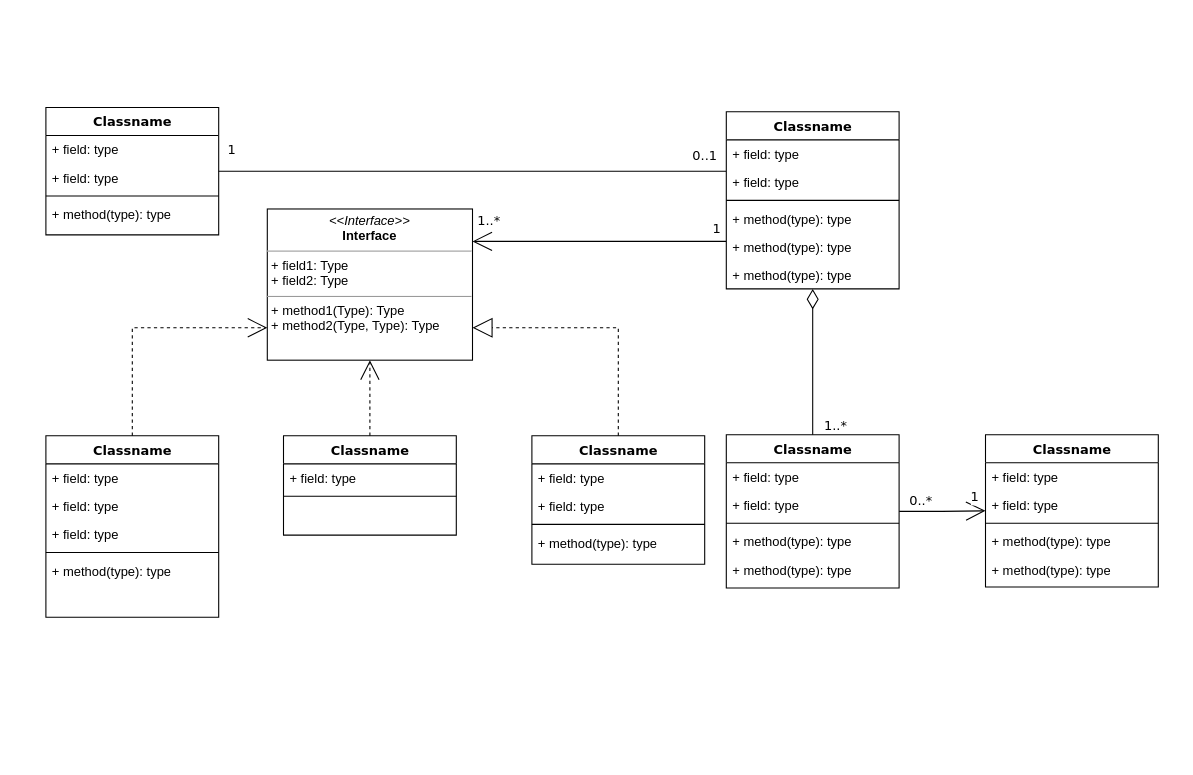
Mschuppers/Writingpad keeps this draw.io diagram as BankAppFlow.drawio. Above is the earlier version. Source tidied: cells renumbered, new cells numbered last; positions are measured from the earlier drawing's top-left corner, leaving out a move shared by most shapes. Both pictures are drawn from the tidied source at 108%, with x=0, y=0 at pixel (45, 107).
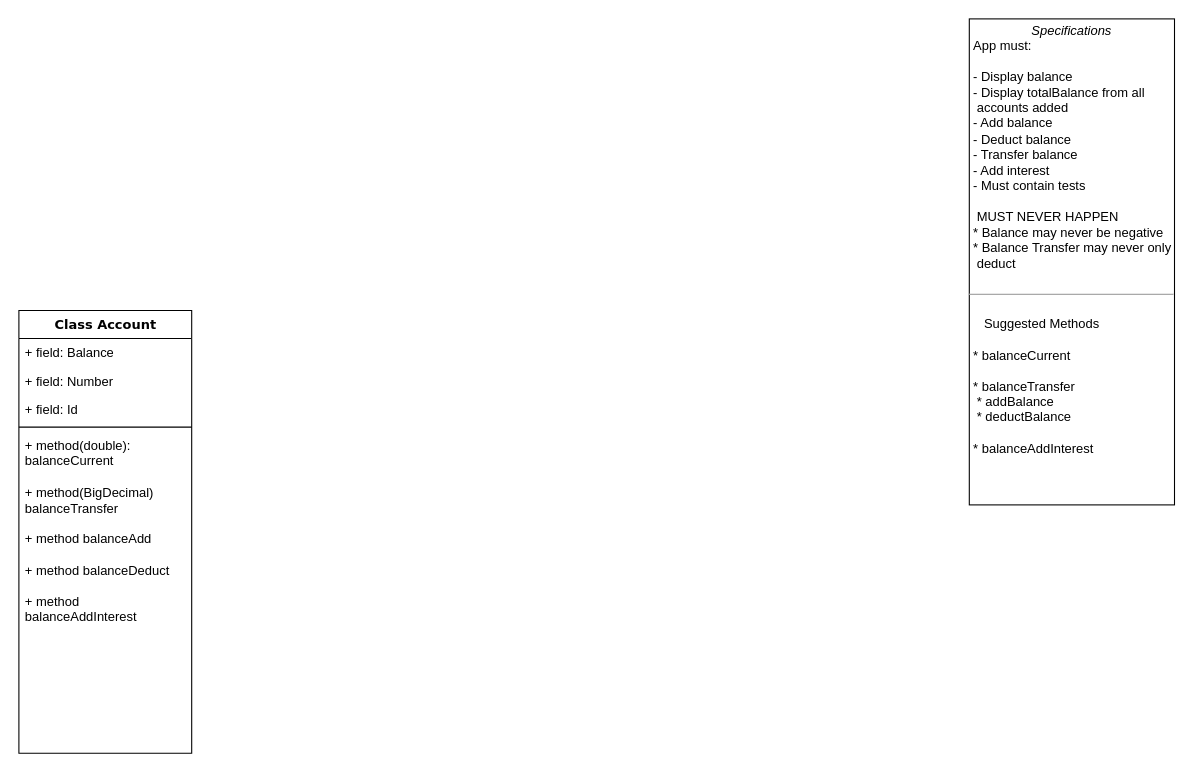
The same page after the edit.

Diff of the diagram source:
```diff
@@
-    <mxCell id="2" style="edgeStyle=orthogonalEdgeStyle;rounded=0;html=1;dashed=1;labelBackgroundColor=none;startArrow=none;startFill=0;startSize=8;endArrow=open;endFill=0;endSize=16;fontFamily=Verdana;fontSize=12;" parent="1" edge="1" source="3" target="54">
-      <mxGeometry relative="1" as="geometry">
-        <Array as="points">
-          <mxPoint x="80" y="204" />
-        </Array>
-      </mxGeometry>
-    </mxCell>
-    <mxCell id="3" value="Classname" style="swimlane;html=1;fontStyle=1;align=center;verticalAlign=top;horizontal=1;startSize=26;swimlaneFillColor=#ffffff;rounded=0;shadow=0;comic=0;labelBackgroundColor=none;strokeWidth=1;fillColor=none;fontFamily=Verdana;fontSize=12;" parent="1" vertex="1">
-      <mxGeometry y="304" width="160" height="168" as="geometry" />
+    <mxCell id="3" value="Class Account" style="swimlane;html=1;fontStyle=1;align=center;verticalAlign=top;horizontal=1;startSize=26;swimlaneFillColor=#ffffff;rounded=0;shadow=0;comic=0;labelBackgroundColor=none;strokeWidth=1;fillColor=none;fontFamily=Verdana;fontSize=12;" parent="1" vertex="1">
+      <mxGeometry x="-25" y="188" width="160" height="410" as="geometry" />
     </mxCell>
-    <mxCell id="4" value="+ field: type" style="text;html=1;strokeColor=none;fillColor=none;align=left;verticalAlign=top;spacingLeft=4;spacingRight=4;whiteSpace=wrap;overflow=hidden;" parent="3" vertex="1">
+    <mxCell id="4" value="+ field: Balance" style="text;html=1;strokeColor=none;fillColor=none;align=left;verticalAlign=top;spacingLeft=4;spacingRight=4;whiteSpace=wrap;overflow=hidden;" parent="3" vertex="1">
       <mxGeometry y="26" width="160" height="26" as="geometry" />
     </mxCell>
-    <mxCell id="5" value="+ field: type" style="text;html=1;strokeColor=none;fillColor=none;align=left;verticalAlign=top;spacingLeft=4;spacingRight=4;whiteSpace=wrap;overflow=hidden;" parent="3" vertex="1">
+    <mxCell id="5" value="+ field: Number" style="text;html=1;strokeColor=none;fillColor=none;align=left;verticalAlign=top;spacingLeft=4;spacingRight=4;whiteSpace=wrap;overflow=hidden;" parent="3" vertex="1">
       <mxGeometry y="52" width="160" height="26" as="geometry" />
     </mxCell>
-    <mxCell id="6" value="+ field: type" style="text;html=1;strokeColor=none;fillColor=none;align=left;verticalAlign=top;spacingLeft=4;spacingRight=4;whiteSpace=wrap;overflow=hidden;" parent="3" vertex="1">
+    <mxCell id="6" value="+ field: Id" style="text;html=1;strokeColor=none;fillColor=none;align=left;verticalAlign=top;spacingLeft=4;spacingRight=4;whiteSpace=wrap;overflow=hidden;" parent="3" vertex="1">
       <mxGeometry y="78" width="160" height="26" as="geometry" />
     </mxCell>
@@
-    <mxCell id="8" value="+ method(type): type" style="text;html=1;strokeColor=none;fillColor=none;align=left;verticalAlign=top;spacingLeft=4;spacingRight=4;whiteSpace=wrap;overflow=hidden;" parent="3" vertex="1">
-      <mxGeometry y="112" width="160" height="26" as="geometry" />
+    <mxCell id="8" value="+ method(double): balanceCurrent&lt;br&gt;&lt;br&gt;+ method(BigDecimal)&lt;br&gt;balanceTransfer&lt;br&gt;&lt;br&gt;+ method balanceAdd&lt;br&gt;&lt;br&gt;+ method balanceDeduct&lt;br&gt;&lt;br&gt;+ method balanceAddInterest" style="text;html=1;strokeColor=none;fillColor=none;align=left;verticalAlign=top;spacingLeft=4;spacingRight=4;whiteSpace=wrap;overflow=hidden;" parent="3" vertex="1">
+      <mxGeometry y="112" width="160" height="298" as="geometry" />
     </mxCell>
-    <mxCell id="9" value="Classname" style="swimlane;html=1;fontStyle=1;align=center;verticalAlign=top;horizontal=1;startSize=26;swimlaneFillColor=#ffffff;rounded=0;shadow=0;comic=0;labelBackgroundColor=none;strokeWidth=1;fillColor=none;fontFamily=Verdana;fontSize=12;" parent="1" vertex="1">
-      <mxGeometry width="160" height="118" as="geometry" />
-    </mxCell>
-    <mxCell id="10" value="+ field: type" style="text;html=1;strokeColor=none;fillColor=none;align=left;verticalAlign=top;spacingLeft=4;spacingRight=4;whiteSpace=wrap;overflow=hidden;" parent="9" vertex="1">
-      <mxGeometry y="26" width="160" height="26" as="geometry" />
-    </mxCell>
-    <mxCell id="11" value="+ field: type" style="text;html=1;strokeColor=none;fillColor=none;align=left;verticalAlign=top;spacingLeft=4;spacingRight=4;whiteSpace=wrap;overflow=hidden;" parent="9" vertex="1">
-      <mxGeometry y="52" width="160" height="26" as="geometry" />
-    </mxCell>
-    <mxCell id="12" style="line;html=1;strokeWidth=1;fillColor=none;align=left;verticalAlign=middle;spacingTop=-1;spacingLeft=3;spacingRight=3;labelPosition=right;" parent="9" vertex="1">
-      <mxGeometry y="78" width="160" height="8" as="geometry" />
-    </mxCell>
-    <mxCell id="13" value="+ method(type): type" style="text;html=1;strokeColor=none;fillColor=none;align=left;verticalAlign=top;spacingLeft=4;spacingRight=4;whiteSpace=wrap;overflow=hidden;" parent="9" vertex="1">
-      <mxGeometry y="86" width="160" height="26" as="geometry" />
-    </mxCell>
-    <mxCell id="14" style="edgeStyle=orthogonalEdgeStyle;rounded=0;html=1;labelBackgroundColor=none;startArrow=none;startFill=0;startSize=8;endArrow=open;endFill=0;endSize=16;fontFamily=Verdana;fontSize=12;" parent="1" edge="1" source="20" target="54">
-      <mxGeometry relative="1" as="geometry">
-        <Array as="points">
-          <mxPoint x="470" y="124" />
-          <mxPoint x="470" y="124" />
-        </Array>
-      </mxGeometry>
-    </mxCell>
-    <mxCell id="15" value="1..*" style="text;html=1;align=center;verticalAlign=middle;labelBackgroundColor=#ffffff;fontSize=12;fontFamily=Verdana;" parent="14" vertex="1">
-      <mxGeometry x="0.86" y="2" relative="1" as="geometry">
-        <mxPoint x="-2" y="-22" as="offset" />
-      </mxGeometry>
-    </mxCell>
-    <mxCell id="16" value="1" style="text;html=1;align=center;verticalAlign=middle;labelBackgroundColor=#ffffff;fontSize=12;fontFamily=Verdana;" parent="14" vertex="1">
-      <mxGeometry x="0.36" y="152" relative="1" as="geometry">
-        <mxPoint x="150" y="-164" as="offset" />
-      </mxGeometry>
-    </mxCell>
-    <mxCell id="17" style="edgeStyle=orthogonalEdgeStyle;rounded=0;html=1;labelBackgroundColor=none;startArrow=none;startFill=0;startSize=8;endArrow=none;endFill=0;endSize=16;fontFamily=Verdana;fontSize=12;" parent="1" edge="1" source="20" target="9">
-      <mxGeometry relative="1" as="geometry">
-        <Array as="points">
-          <mxPoint x="530" y="59" />
-          <mxPoint x="530" y="59" />
-        </Array>
-      </mxGeometry>
-    </mxCell>
-    <mxCell id="18" value="0..1" style="text;html=1;align=center;verticalAlign=middle;labelBackgroundColor=#ffffff;fontSize=12;fontFamily=Verdana;" parent="17" vertex="1">
-      <mxGeometry x="-0.57" y="-86" relative="1" as="geometry">
-        <mxPoint x="80" y="71" as="offset" />
-      </mxGeometry>
-    </mxCell>
-    <mxCell id="19" value="1" style="text;html=1;align=center;verticalAlign=middle;labelBackgroundColor=#ffffff;fontSize=12;fontFamily=Verdana;" parent="17" vertex="1">
-      <mxGeometry x="0.89" y="-1" relative="1" as="geometry">
-        <mxPoint x="-15" y="-19" as="offset" />
-      </mxGeometry>
-    </mxCell>
-    <mxCell id="20" value="Classname" style="swimlane;html=1;fontStyle=1;align=center;verticalAlign=top;horizontal=1;startSize=26;swimlaneFillColor=#ffffff;rounded=0;shadow=0;comic=0;labelBackgroundColor=none;strokeWidth=1;fillColor=none;fontFamily=Verdana;fontSize=12;" parent="1" vertex="1">
-      <mxGeometry x="630" y="4" width="160" height="164" as="geometry" />
-    </mxCell>
-    <mxCell id="21" value="+ field: type" style="text;html=1;strokeColor=none;fillColor=none;align=left;verticalAlign=top;spacingLeft=4;spacingRight=4;whiteSpace=wrap;overflow=hidden;" parent="20" vertex="1">
-      <mxGeometry y="26" width="160" height="26" as="geometry" />
-    </mxCell>
-    <mxCell id="22" value="+ field: type" style="text;html=1;strokeColor=none;fillColor=none;align=left;verticalAlign=top;spacingLeft=4;spacingRight=4;whiteSpace=wrap;overflow=hidden;" parent="20" vertex="1">
-      <mxGeometry y="52" width="160" height="26" as="geometry" />
-    </mxCell>
-    <mxCell id="23" style="line;html=1;strokeWidth=1;fillColor=none;align=left;verticalAlign=middle;spacingTop=-1;spacingLeft=3;spacingRight=3;labelPosition=right;" parent="20" vertex="1">
-      <mxGeometry y="78" width="160" height="8" as="geometry" />
-    </mxCell>
-    <mxCell id="24" value="+ method(type): type" style="text;html=1;strokeColor=none;fillColor=none;align=left;verticalAlign=top;spacingLeft=4;spacingRight=4;whiteSpace=wrap;overflow=hidden;" parent="20" vertex="1">
-      <mxGeometry y="86" width="160" height="26" as="geometry" />
-    </mxCell>
-    <mxCell id="25" value="+ method(type): type" style="text;html=1;strokeColor=none;fillColor=none;align=left;verticalAlign=top;spacingLeft=4;spacingRight=4;whiteSpace=wrap;overflow=hidden;" parent="20" vertex="1">
-      <mxGeometry y="112" width="160" height="26" as="geometry" />
-    </mxCell>
-    <mxCell id="26" value="+ method(type): type" style="text;html=1;strokeColor=none;fillColor=none;align=left;verticalAlign=top;spacingLeft=4;spacingRight=4;whiteSpace=wrap;overflow=hidden;" parent="20" vertex="1">
-      <mxGeometry y="138" width="160" height="26" as="geometry" />
-    </mxCell>
-    <mxCell id="27" style="edgeStyle=orthogonalEdgeStyle;rounded=0;html=1;dashed=1;labelBackgroundColor=none;startArrow=none;startFill=0;startSize=8;endArrow=open;endFill=0;endSize=16;fontFamily=Verdana;fontSize=12;" parent="1" edge="1" source="28" target="54">
-      <mxGeometry relative="1" as="geometry" />
-    </mxCell>
-    <mxCell id="28" value="Classname" style="swimlane;html=1;fontStyle=1;align=center;verticalAlign=top;horizontal=1;startSize=26;swimlaneFillColor=#ffffff;rounded=0;shadow=0;comic=0;labelBackgroundColor=none;strokeWidth=1;fillColor=none;fontFamily=Verdana;fontSize=12;" parent="1" vertex="1">
-      <mxGeometry x="220" y="304" width="160" height="92" as="geometry" />
-    </mxCell>
-    <mxCell id="29" value="+ field: type" style="text;html=1;strokeColor=none;fillColor=none;align=left;verticalAlign=top;spacingLeft=4;spacingRight=4;whiteSpace=wrap;overflow=hidden;" parent="28" vertex="1">
-      <mxGeometry y="26" width="160" height="26" as="geometry" />
-    </mxCell>
-    <mxCell id="30" style="line;html=1;strokeWidth=1;fillColor=none;align=left;verticalAlign=middle;spacingTop=-1;spacingLeft=3;spacingRight=3;labelPosition=right;" parent="28" vertex="1">
-      <mxGeometry y="52" width="160" height="8" as="geometry" />
-    </mxCell>
-    <mxCell id="31" style="edgeStyle=orthogonalEdgeStyle;rounded=0;html=1;labelBackgroundColor=none;startArrow=none;startFill=0;startSize=8;endArrow=diamondThin;endFill=0;endSize=16;fontFamily=Verdana;fontSize=12;" parent="1" edge="1" source="36" target="20">
-      <mxGeometry relative="1" as="geometry" />
-    </mxCell>
-    <mxCell id="32" value="1..*" style="text;html=1;align=center;verticalAlign=middle;labelBackgroundColor=#ffffff;fontSize=12;fontFamily=Verdana;" parent="31" vertex="1">
-      <mxGeometry x="-0.85" y="-1" relative="1" as="geometry">
-        <mxPoint x="19" y="1" as="offset" />
-      </mxGeometry>
-    </mxCell>
-    <mxCell id="33" style="edgeStyle=orthogonalEdgeStyle;rounded=0;html=1;labelBackgroundColor=none;startArrow=none;startFill=0;startSize=8;endArrow=open;endFill=0;endSize=16;fontFamily=Verdana;fontSize=12;" parent="1" edge="1" source="36" target="42">
-      <mxGeometry relative="1" as="geometry" />
-    </mxCell>
-    <mxCell id="34" value="0..*" style="text;html=1;align=center;verticalAlign=middle;labelBackgroundColor=#ffffff;fontSize=12;fontFamily=Verdana;" parent="33" vertex="1">
-      <mxGeometry x="-0.79" relative="1" as="geometry">
-        <mxPoint x="11" y="-10" as="offset" />
-      </mxGeometry>
-    </mxCell>
-    <mxCell id="35" value="1" style="text;html=1;align=center;verticalAlign=middle;labelBackgroundColor=#ffffff;fontSize=12;fontFamily=Verdana;" parent="33" vertex="1">
-      <mxGeometry x="0.7" y="1" relative="1" as="geometry">
-        <mxPoint x="2" y="-12" as="offset" />
-      </mxGeometry>
-    </mxCell>
-    <mxCell id="36" value="Classname" style="swimlane;html=1;fontStyle=1;align=center;verticalAlign=top;horizontal=1;startSize=26;swimlaneFillColor=#ffffff;rounded=0;shadow=0;comic=0;labelBackgroundColor=none;strokeWidth=1;fillColor=none;fontFamily=Verdana;fontSize=12;" parent="1" vertex="1">
-      <mxGeometry x="630" y="303" width="160" height="142" as="geometry" />
-    </mxCell>
-    <mxCell id="37" value="+ field: type" style="text;html=1;strokeColor=none;fillColor=none;align=left;verticalAlign=top;spacingLeft=4;spacingRight=4;whiteSpace=wrap;overflow=hidden;" parent="36" vertex="1">
-      <mxGeometry y="26" width="160" height="26" as="geometry" />
-    </mxCell>
-    <mxCell id="38" value="+ field: type" style="text;html=1;strokeColor=none;fillColor=none;align=left;verticalAlign=top;spacingLeft=4;spacingRight=4;whiteSpace=wrap;overflow=hidden;" parent="36" vertex="1">
-      <mxGeometry y="52" width="160" height="26" as="geometry" />
-    </mxCell>
-    <mxCell id="39" style="line;html=1;strokeWidth=1;fillColor=none;align=left;verticalAlign=middle;spacingTop=-1;spacingLeft=3;spacingRight=3;labelPosition=right;" parent="36" vertex="1">
-      <mxGeometry y="78" width="160" height="8" as="geometry" />
-    </mxCell>
-    <mxCell id="40" value="+ method(type): type" style="text;html=1;strokeColor=none;fillColor=none;align=left;verticalAlign=top;spacingLeft=4;spacingRight=4;whiteSpace=wrap;overflow=hidden;" parent="36" vertex="1">
-      <mxGeometry y="86" width="160" height="26" as="geometry" />
-    </mxCell>
-    <mxCell id="41" value="+ method(type): type" style="text;html=1;strokeColor=none;fillColor=none;align=left;verticalAlign=top;spacingLeft=4;spacingRight=4;whiteSpace=wrap;overflow=hidden;" parent="36" vertex="1">
-      <mxGeometry y="112" width="160" height="26" as="geometry" />
-    </mxCell>
-    <mxCell id="42" value="Classname" style="swimlane;html=1;fontStyle=1;align=center;verticalAlign=top;horizontal=1;startSize=26;swimlaneFillColor=#ffffff;rounded=0;shadow=0;comic=0;labelBackgroundColor=none;strokeWidth=1;fillColor=none;fontFamily=Verdana;fontSize=12;" parent="1" vertex="1">
-      <mxGeometry x="870" y="303" width="160" height="141" as="geometry" />
-    </mxCell>
-    <mxCell id="43" value="+ field: type" style="text;html=1;strokeColor=none;fillColor=none;align=left;verticalAlign=top;spacingLeft=4;spacingRight=4;whiteSpace=wrap;overflow=hidden;" parent="42" vertex="1">
-      <mxGeometry y="26" width="160" height="26" as="geometry" />
-    </mxCell>
-    <mxCell id="44" value="+ field: type" style="text;html=1;strokeColor=none;fillColor=none;align=left;verticalAlign=top;spacingLeft=4;spacingRight=4;whiteSpace=wrap;overflow=hidden;" parent="42" vertex="1">
-      <mxGeometry y="52" width="160" height="26" as="geometry" />
-    </mxCell>
-    <mxCell id="45" style="line;html=1;strokeWidth=1;fillColor=none;align=left;verticalAlign=middle;spacingTop=-1;spacingLeft=3;spacingRight=3;labelPosition=right;" parent="42" vertex="1">
-      <mxGeometry y="78" width="160" height="8" as="geometry" />
-    </mxCell>
-    <mxCell id="46" value="+ method(type): type" style="text;html=1;strokeColor=none;fillColor=none;align=left;verticalAlign=top;spacingLeft=4;spacingRight=4;whiteSpace=wrap;overflow=hidden;" parent="42" vertex="1">
-      <mxGeometry y="86" width="160" height="26" as="geometry" />
-    </mxCell>
-    <mxCell id="47" value="+ method(type): type" style="text;html=1;strokeColor=none;fillColor=none;align=left;verticalAlign=top;spacingLeft=4;spacingRight=4;whiteSpace=wrap;overflow=hidden;" parent="42" vertex="1">
-      <mxGeometry y="112" width="160" height="26" as="geometry" />
-    </mxCell>
-    <mxCell id="48" style="edgeStyle=orthogonalEdgeStyle;rounded=0;html=1;dashed=1;labelBackgroundColor=none;startArrow=none;startFill=0;startSize=8;endArrow=block;endFill=0;endSize=16;fontFamily=Verdana;fontSize=12;" parent="1" edge="1" source="49" target="54">
-      <mxGeometry relative="1" as="geometry">
-        <Array as="points">
-          <mxPoint x="530" y="204" />
-        </Array>
-      </mxGeometry>
-    </mxCell>
-    <mxCell id="49" value="Classname" style="swimlane;html=1;fontStyle=1;align=center;verticalAlign=top;horizontal=1;startSize=26;swimlaneFillColor=#ffffff;rounded=0;shadow=0;comic=0;labelBackgroundColor=none;strokeWidth=1;fillColor=none;fontFamily=Verdana;fontSize=12;" parent="1" vertex="1">
-      <mxGeometry x="450" y="304" width="160" height="119" as="geometry" />
-    </mxCell>
-    <mxCell id="50" value="+ field: type" style="text;html=1;strokeColor=none;fillColor=none;align=left;verticalAlign=top;spacingLeft=4;spacingRight=4;whiteSpace=wrap;overflow=hidden;" parent="49" vertex="1">
-      <mxGeometry y="26" width="160" height="26" as="geometry" />
-    </mxCell>
-    <mxCell id="51" value="+ field: type" style="text;html=1;strokeColor=none;fillColor=none;align=left;verticalAlign=top;spacingLeft=4;spacingRight=4;whiteSpace=wrap;overflow=hidden;" parent="49" vertex="1">
-      <mxGeometry y="52" width="160" height="26" as="geometry" />
-    </mxCell>
-    <mxCell id="52" style="line;html=1;strokeWidth=1;fillColor=none;align=left;verticalAlign=middle;spacingTop=-1;spacingLeft=3;spacingRight=3;labelPosition=right;" parent="49" vertex="1">
-      <mxGeometry y="78" width="160" height="8" as="geometry" />
-    </mxCell>
-    <mxCell id="53" value="+ method(type): type" style="text;html=1;strokeColor=none;fillColor=none;align=left;verticalAlign=top;spacingLeft=4;spacingRight=4;whiteSpace=wrap;overflow=hidden;" parent="49" vertex="1">
-      <mxGeometry y="86" width="160" height="26" as="geometry" />
-    </mxCell>
-    <mxCell id="54" value="&lt;p style=&quot;margin:0px;margin-top:4px;text-align:center;&quot;&gt;&lt;i&gt;&amp;lt;&amp;lt;Interface&amp;gt;&amp;gt;&lt;/i&gt;&lt;br/&gt;&lt;b&gt;Interface&lt;/b&gt;&lt;/p&gt;&lt;hr size=&quot;1&quot;/&gt;&lt;p style=&quot;margin:0px;margin-left:4px;&quot;&gt;+ field1: Type&lt;br/&gt;+ field2: Type&lt;/p&gt;&lt;hr size=&quot;1&quot;/&gt;&lt;p style=&quot;margin:0px;margin-left:4px;&quot;&gt;+ method1(Type): Type&lt;br/&gt;+ method2(Type, Type): Type&lt;/p&gt;" style="verticalAlign=top;align=left;overflow=fill;fontSize=12;fontFamily=Helvetica;html=1;rounded=0;shadow=0;comic=0;labelBackgroundColor=none;strokeWidth=1;" parent="1" vertex="1">
-      <mxGeometry x="205" y="94" width="190" height="140" as="geometry" />
+    <mxCell id="54" value="&lt;p style=&quot;margin: 0px ; margin-top: 4px ; text-align: center&quot;&gt;&lt;i&gt;Specifications&lt;/i&gt;&lt;/p&gt;&lt;p style=&quot;margin: 0px ; margin-left: 4px&quot;&gt;App must:&lt;/p&gt;&lt;p style=&quot;margin: 0px ; margin-left: 4px&quot;&gt;&lt;br&gt;&lt;/p&gt;&lt;p style=&quot;margin: 0px ; margin-left: 4px&quot;&gt;- Display balance&lt;/p&gt;&lt;p style=&quot;margin: 0px ; margin-left: 4px&quot;&gt;- Display totalBalance from all&amp;nbsp;&lt;br&gt;&lt;span style=&quot;white-space: pre&quot;&gt; &lt;/span&gt;accounts added&lt;br&gt;&lt;/p&gt;&lt;p style=&quot;margin: 0px ; margin-left: 4px&quot;&gt;- Add balance&lt;/p&gt;&lt;p style=&quot;margin: 0px ; margin-left: 4px&quot;&gt;- Deduct balance&lt;/p&gt;&lt;p style=&quot;margin: 0px ; margin-left: 4px&quot;&gt;- Transfer balance&lt;/p&gt;&lt;p style=&quot;margin: 0px ; margin-left: 4px&quot;&gt;- Add interest&lt;/p&gt;&lt;p style=&quot;margin: 0px ; margin-left: 4px&quot;&gt;- Must contain tests&lt;/p&gt;&lt;p style=&quot;margin: 0px ; margin-left: 4px&quot;&gt;&lt;br&gt;&lt;/p&gt;&lt;p style=&quot;margin: 0px ; margin-left: 4px&quot;&gt;&lt;span style=&quot;white-space: pre&quot;&gt; &lt;/span&gt;MUST NEVER HAPPEN&lt;br&gt;&lt;/p&gt;&lt;p style=&quot;margin: 0px ; margin-left: 4px&quot;&gt;* Balance may never be negative&lt;/p&gt;&lt;p style=&quot;margin: 0px ; margin-left: 4px&quot;&gt;* Balance Transfer may never only&lt;br&gt;&lt;span style=&quot;white-space: pre&quot;&gt; &lt;/span&gt;deduct&lt;/p&gt;&lt;p style=&quot;margin: 0px ; margin-left: 4px&quot;&gt;&lt;br&gt;&lt;/p&gt;&lt;hr size=&quot;1&quot;&gt;&lt;p style=&quot;margin: 0px ; margin-left: 4px&quot;&gt;&lt;br&gt;&lt;/p&gt;&lt;p style=&quot;margin: 0px ; margin-left: 4px&quot;&gt;&lt;span style=&quot;white-space: pre&quot;&gt; &lt;/span&gt;&amp;nbsp; Suggested Methods&lt;br&gt;&lt;/p&gt;&lt;p style=&quot;margin: 0px ; margin-left: 4px&quot;&gt;&lt;br&gt;&lt;/p&gt;&lt;p style=&quot;margin: 0px ; margin-left: 4px&quot;&gt;* balanceCurrent&lt;/p&gt;&lt;p style=&quot;margin: 0px ; margin-left: 4px&quot;&gt;&lt;br&gt;&lt;/p&gt;&lt;p style=&quot;margin: 0px ; margin-left: 4px&quot;&gt;* balanceTransfer&lt;/p&gt;&lt;p style=&quot;margin: 0px ; margin-left: 4px&quot;&gt;&lt;span style=&quot;white-space: pre&quot;&gt; &lt;/span&gt;* addBalance&lt;/p&gt;&lt;p style=&quot;margin: 0px ; margin-left: 4px&quot;&gt;&lt;span style=&quot;white-space: pre&quot;&gt; &lt;/span&gt;* deductBalance&lt;/p&gt;&lt;p style=&quot;margin: 0px ; margin-left: 4px&quot;&gt;&lt;br&gt;&lt;/p&gt;&lt;p style=&quot;margin: 0px ; margin-left: 4px&quot;&gt;* balanceAddInterest&lt;/p&gt;&lt;p style=&quot;margin: 0px ; margin-left: 4px&quot;&gt;&lt;br&gt;&lt;/p&gt;&lt;p style=&quot;margin: 0px ; margin-left: 4px&quot;&gt;&lt;br&gt;&lt;/p&gt;" style="verticalAlign=top;align=left;overflow=fill;fontSize=12;fontFamily=Helvetica;html=1;rounded=0;shadow=0;comic=0;labelBackgroundColor=none;strokeWidth=1;" parent="1" vertex="1">
+      <mxGeometry x="855" y="-82" width="190" height="450" as="geometry" />
     </mxCell>
```
